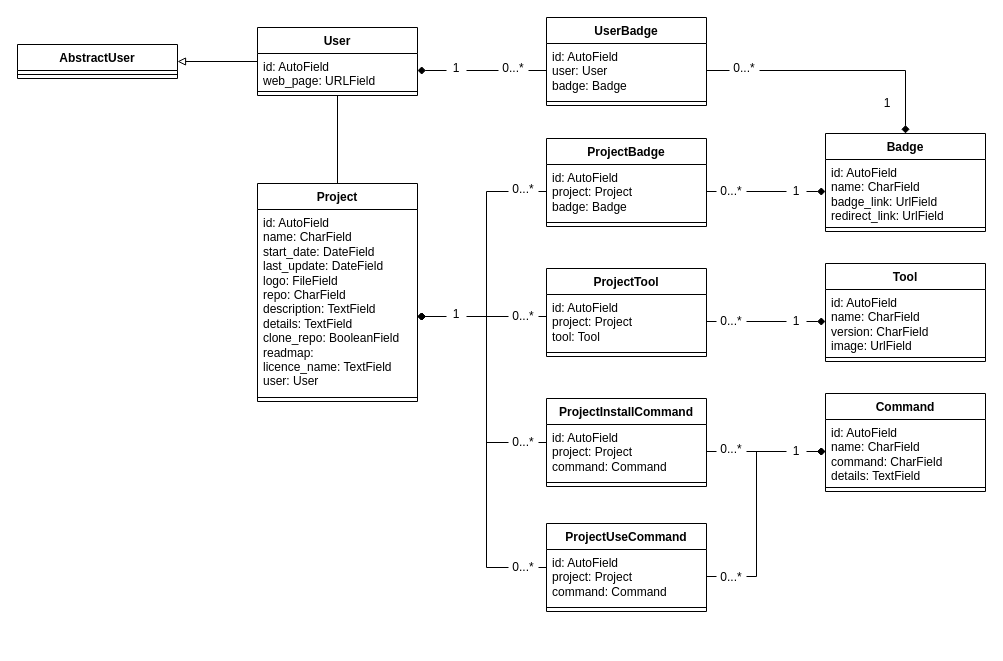
This is db_diagram.drawio from darideveloper/portfolio-backend, a draw.io file, before an edit. Source tidied: cells renumbered, new cells numbered last; positions are measured from the earlier drawing's top-left corner, leaving out a move shared by most shapes. Both pictures are drawn from the tidied source at 100%, with x=0, y=0 at pixel (17, 17).
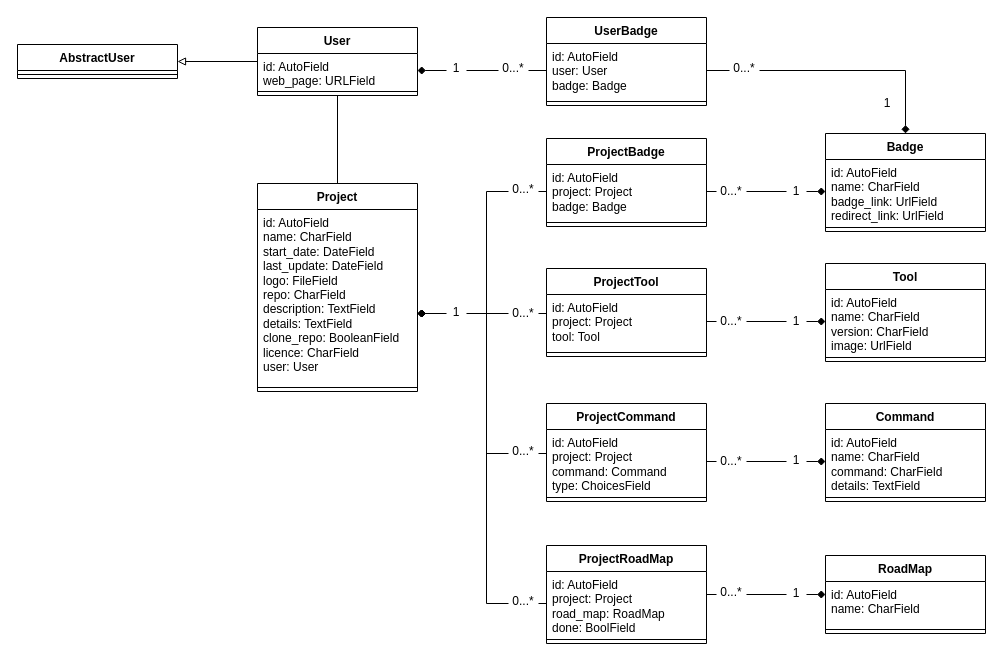
The same diagram, later.

Unchanged cells that the change refers to:
```xml
<mxCell id="13" value="id: AutoField&lt;br style=&quot;border-color: var(--border-color);&quot;&gt;name: CharField&lt;br&gt;command: CharField&amp;nbsp;&lt;br&gt;details: TextField" style="text;strokeColor=none;fillColor=none;align=left;verticalAlign=top;spacingLeft=4;spacingRight=4;overflow=hidden;points=[[0,0.5],[1,0.5]];portConstraint=eastwest;whiteSpace=wrap;html=1;" parent="12" vertex="1">
  <mxGeometry y="26" width="160" height="64" as="geometry" />
</mxCell>
<mxCell id="31" value="id: AutoField&lt;br style=&quot;border-color: var(--border-color);&quot;&gt;project: Project&lt;br&gt;badge: Badge" style="text;strokeColor=none;fillColor=none;align=left;verticalAlign=top;spacingLeft=4;spacingRight=4;overflow=hidden;points=[[0,0.5],[1,0.5]];portConstraint=eastwest;whiteSpace=wrap;html=1;" parent="30" vertex="1">
  <mxGeometry y="26" width="160" height="54" as="geometry" />
</mxCell>
<mxCell id="34" value="ProjectTool" style="swimlane;fontStyle=1;align=center;verticalAlign=top;horizontal=1;startSize=26;whiteSpace=wrap;html=1;" parent="1" vertex="1">
  <mxGeometry x="529" y="251" width="160" height="88" as="geometry" />
</mxCell>
```

Change to the diagram source:
```diff
@@
     <mxCell id="2" value="Project" style="swimlane;fontStyle=1;align=center;verticalAlign=top;horizontal=1;startSize=26;whiteSpace=wrap;html=1;" parent="1" vertex="1">
-      <mxGeometry x="240" y="166" width="160" height="218" as="geometry" />
+      <mxGeometry x="240" y="166" width="160" height="208" as="geometry" />
     </mxCell>
-    <mxCell id="3" value="id: AutoField&lt;br style=&quot;border-color: var(--border-color);&quot;&gt;name: CharField&lt;br&gt;start_date:&amp;nbsp;DateField&lt;br&gt;last_update:&amp;nbsp;DateField&lt;br&gt;logo: FileField&lt;br&gt;repo: CharField&lt;br&gt;description: TextField&lt;br&gt;details: TextField&lt;br&gt;clone_repo:&amp;nbsp;BooleanField&lt;br&gt;readmap:&amp;nbsp;&lt;br&gt;licence_name: TextField&lt;br&gt;user: User&lt;br&gt;" style="text;strokeColor=none;fillColor=none;align=left;verticalAlign=top;spacingLeft=4;spacingRight=4;overflow=hidden;points=[[0,0.5],[1,0.5]];portConstraint=eastwest;whiteSpace=wrap;html=1;" parent="2" vertex="1">
-      <mxGeometry y="26" width="160" height="184" as="geometry" />
+    <mxCell id="3" value="id: AutoField&lt;br style=&quot;border-color: var(--border-color);&quot;&gt;name: CharField&lt;br&gt;start_date:&amp;nbsp;DateField&lt;br&gt;last_update:&amp;nbsp;DateField&lt;br&gt;logo: FileField&lt;br&gt;repo: CharField&lt;br&gt;description: TextField&lt;br&gt;details: TextField&lt;br&gt;clone_repo:&amp;nbsp;BooleanField&lt;br&gt;licence:&amp;nbsp;CharField&lt;br&gt;user: User" style="text;strokeColor=none;fillColor=none;align=left;verticalAlign=top;spacingLeft=4;spacingRight=4;overflow=hidden;points=[[0,0.5],[1,0.5]];portConstraint=eastwest;whiteSpace=wrap;html=1;" parent="2" vertex="1">
+      <mxGeometry y="26" width="160" height="174" as="geometry" />
     </mxCell>
     <mxCell id="4" style="line;strokeWidth=1;fillColor=none;align=left;verticalAlign=middle;spacingTop=-1;spacingLeft=3;spacingRight=3;labelPosition=right;strokeColor=inherit;" parent="2" vertex="1">
-      <mxGeometry y="210" width="160" height="8" as="geometry" />
+      <mxGeometry y="200" width="160" height="8" as="geometry" />
     </mxCell>
@@
     <mxCell id="12" value="Command" style="swimlane;fontStyle=1;align=center;verticalAlign=top;horizontal=1;startSize=26;whiteSpace=wrap;html=1;" parent="1" vertex="1">
-      <mxGeometry x="808" y="376" width="160" height="98" as="geometry" />
+      <mxGeometry x="808" y="386" width="160" height="98" as="geometry" />
     </mxCell>
@@
     <mxCell id="33" style="edgeStyle=orthogonalEdgeStyle;rounded=0;jettySize=auto;html=1;startArrow=none;startFill=0;endArrow=diamond;endFill=1;" parent="1" edge="1" source="34" target="3">
       <mxGeometry relative="1" as="geometry">
         <Array as="points">
-          <mxPoint x="499" y="299" />
-          <mxPoint x="499" y="299" />
+          <mxPoint x="499" y="296" />
+          <mxPoint x="499" y="296" />
         </Array>
       </mxGeometry>
     </mxCell>
@@
     <mxCell id="37" style="edgeStyle=orthogonalEdgeStyle;rounded=0;jettySize=auto;html=1;startArrow=none;startFill=0;endArrow=diamond;endFill=1;" parent="1" edge="1" source="38" target="3">
       <mxGeometry relative="1" as="geometry">
         <Array as="points">
-          <mxPoint x="469" y="425" />
-          <mxPoint x="469" y="299" />
+          <mxPoint x="469" y="436" />
+          <mxPoint x="469" y="296" />
         </Array>
       </mxGeometry>
     </mxCell>
-    <mxCell id="38" value="ProjectInstallCommand" style="swimlane;fontStyle=1;align=center;verticalAlign=top;horizontal=1;startSize=26;whiteSpace=wrap;html=1;" parent="1" vertex="1">
-      <mxGeometry x="529" y="381" width="160" height="88" as="geometry" />
+    <mxCell id="38" value="ProjectCommand" style="swimlane;fontStyle=1;align=center;verticalAlign=top;horizontal=1;startSize=26;whiteSpace=wrap;html=1;" parent="1" vertex="1">
+      <mxGeometry x="529" y="386" width="160" height="98" as="geometry" />
     </mxCell>
-    <mxCell id="39" value="id: AutoField&lt;br style=&quot;border-color: var(--border-color);&quot;&gt;project: Project&lt;br&gt;command: Command" style="text;strokeColor=none;fillColor=none;align=left;verticalAlign=top;spacingLeft=4;spacingRight=4;overflow=hidden;points=[[0,0.5],[1,0.5]];portConstraint=eastwest;whiteSpace=wrap;html=1;" parent="38" vertex="1">
-      <mxGeometry y="26" width="160" height="54" as="geometry" />
+    <mxCell id="39" value="id: AutoField&lt;br style=&quot;border-color: var(--border-color);&quot;&gt;project: Project&lt;br&gt;command: Command&lt;br&gt;type: ChoicesField" style="text;strokeColor=none;fillColor=none;align=left;verticalAlign=top;spacingLeft=4;spacingRight=4;overflow=hidden;points=[[0,0.5],[1,0.5]];portConstraint=eastwest;whiteSpace=wrap;html=1;" parent="38" vertex="1">
+      <mxGeometry y="26" width="160" height="64" as="geometry" />
     </mxCell>
     <mxCell id="40" style="line;strokeWidth=1;fillColor=none;align=left;verticalAlign=middle;spacingTop=-1;spacingLeft=3;spacingRight=3;labelPosition=right;strokeColor=inherit;" parent="38" vertex="1">
-      <mxGeometry y="80" width="160" height="8" as="geometry" />
+      <mxGeometry y="90" width="160" height="8" as="geometry" />
     </mxCell>
-    <mxCell id="41" style="edgeStyle=orthogonalEdgeStyle;rounded=0;jettySize=auto;html=1;endArrow=diamond;endFill=1;" parent="1" edge="1" source="42" target="3">
-      <mxGeometry relative="1" as="geometry">
-        <Array as="points">
-          <mxPoint x="469" y="550" />
-          <mxPoint x="469" y="299" />
-        </Array>
-      </mxGeometry>
-    </mxCell>
-    <mxCell id="42" value="ProjectUseCommand" style="swimlane;fontStyle=1;align=center;verticalAlign=top;horizontal=1;startSize=26;whiteSpace=wrap;html=1;" parent="1" vertex="1">
-      <mxGeometry x="529" y="506" width="160" height="88" as="geometry" />
-    </mxCell>
-    <mxCell id="43" value="id: AutoField&lt;br style=&quot;border-color: var(--border-color);&quot;&gt;project: Project&lt;br&gt;command: Command" style="text;strokeColor=none;fillColor=none;align=left;verticalAlign=top;spacingLeft=4;spacingRight=4;overflow=hidden;points=[[0,0.5],[1,0.5]];portConstraint=eastwest;whiteSpace=wrap;html=1;" parent="42" vertex="1">
-      <mxGeometry y="26" width="160" height="54" as="geometry" />
-    </mxCell>
-    <mxCell id="44" style="line;strokeWidth=1;fillColor=none;align=left;verticalAlign=middle;spacingTop=-1;spacingLeft=3;spacingRight=3;labelPosition=right;strokeColor=inherit;" parent="42" vertex="1">
-      <mxGeometry y="80" width="160" height="8" as="geometry" />
-    </mxCell>
     <mxCell id="45" style="edgeStyle=orthogonalEdgeStyle;rounded=0;jettySize=auto;html=1;startArrow=none;startFill=0;endArrow=diamond;endFill=1;" parent="1" edge="1" source="31" target="3">
       <mxGeometry relative="1" as="geometry">
         <Array as="points">
           <mxPoint x="469" y="174" />
-          <mxPoint x="469" y="299" />
+          <mxPoint x="469" y="296" />
         </Array>
       </mxGeometry>
     </mxCell>
-    <mxCell id="46" value="1" style="text;html=1;align=center;verticalAlign=middle;whiteSpace=wrap;rounded=0;fillColor=default;" parent="1" vertex="1">
-      <mxGeometry x="429" y="282" width="20" height="30" as="geometry" />
-    </mxCell>
@@
     <mxCell id="48" value="0...*" style="text;html=1;align=center;verticalAlign=middle;whiteSpace=wrap;rounded=0;fillColor=default;" parent="1" vertex="1">
-      <mxGeometry x="491" y="284" width="30" height="29" as="geometry" />
+      <mxGeometry x="491" y="281" width="30" height="29" as="geometry" />
     </mxCell>
     <mxCell id="49" value="0...*" style="text;html=1;align=center;verticalAlign=middle;whiteSpace=wrap;rounded=0;fillColor=default;" parent="1" vertex="1">
-      <mxGeometry x="491" y="410" width="30" height="29" as="geometry" />
+      <mxGeometry x="491" y="419" width="30" height="29" as="geometry" />
     </mxCell>
-    <mxCell id="50" value="0...*" style="text;html=1;align=center;verticalAlign=middle;whiteSpace=wrap;rounded=0;fillColor=default;" parent="1" vertex="1">
-      <mxGeometry x="491" y="535" width="30" height="29" as="geometry" />
-    </mxCell>
@@
-    <mxCell id="52" style="edgeStyle=orthogonalEdgeStyle;rounded=0;jettySize=auto;html=1;endArrow=diamond;endFill=1;" parent="1" edge="1" source="43" target="13">
-      <mxGeometry relative="1" as="geometry">
-        <Array as="points">
-          <mxPoint x="739" y="559" />
-          <mxPoint x="739" y="434" />
-        </Array>
-      </mxGeometry>
-    </mxCell>
@@
     <mxCell id="58" value="0...*" style="text;html=1;align=center;verticalAlign=middle;whiteSpace=wrap;rounded=0;fillColor=default;" parent="1" vertex="1">
-      <mxGeometry x="699" y="417" width="30" height="30" as="geometry" />
+      <mxGeometry x="699" y="429" width="30" height="30" as="geometry" />
     </mxCell>
-    <mxCell id="59" value="0...*" style="text;html=1;align=center;verticalAlign=middle;whiteSpace=wrap;rounded=0;fillColor=default;" parent="1" vertex="1">
-      <mxGeometry x="699" y="545" width="30" height="30" as="geometry" />
-    </mxCell>
@@
     <mxCell id="61" value="1" style="text;html=1;align=center;verticalAlign=middle;whiteSpace=wrap;rounded=0;fillColor=default;" parent="1" vertex="1">
-      <mxGeometry x="769" y="419" width="20" height="30" as="geometry" />
+      <mxGeometry x="769" y="428" width="20" height="30" as="geometry" />
     </mxCell>
+    <mxCell id="62" style="edgeStyle=orthogonalEdgeStyle;rounded=0;jettySize=auto;html=1;endArrow=diamond;endFill=1;" parent="1" edge="1" source="64" target="3">
+      <mxGeometry relative="1" as="geometry">
+        <Array as="points">
+          <mxPoint x="469" y="586" />
+          <mxPoint x="469" y="296" />
+        </Array>
+      </mxGeometry>
+    </mxCell>
+    <mxCell id="63" style="edgeStyle=orthogonalEdgeStyle;rounded=0;jettySize=auto;html=1;endArrow=diamond;endFill=1;" parent="1" edge="1" source="64" target="67">
+      <mxGeometry relative="1" as="geometry" />
+    </mxCell>
+    <mxCell id="64" value="ProjectRoadMap" style="swimlane;fontStyle=1;align=center;verticalAlign=top;horizontal=1;startSize=26;whiteSpace=wrap;html=1;" parent="1" vertex="1">
+      <mxGeometry x="529" y="528" width="160" height="98" as="geometry" />
+    </mxCell>
+    <mxCell id="65" value="id: AutoField&lt;br style=&quot;border-color: var(--border-color);&quot;&gt;project: Project&lt;br&gt;road_map: RoadMap&lt;br&gt;done: BoolField&amp;nbsp;" style="text;strokeColor=none;fillColor=none;align=left;verticalAlign=top;spacingLeft=4;spacingRight=4;overflow=hidden;whiteSpace=wrap;html=1;" parent="64" vertex="1">
+      <mxGeometry y="26" width="160" height="64" as="geometry" />
+    </mxCell>
+    <mxCell id="66" style="line;strokeWidth=1;fillColor=none;align=left;verticalAlign=middle;spacingTop=-1;spacingLeft=3;spacingRight=3;labelPosition=right;strokeColor=inherit;" parent="64" vertex="1">
+      <mxGeometry y="90" width="160" height="8" as="geometry" />
+    </mxCell>
+    <mxCell id="67" value="RoadMap" style="swimlane;fontStyle=1;align=center;verticalAlign=top;horizontal=1;startSize=26;whiteSpace=wrap;html=1;" parent="1" vertex="1">
+      <mxGeometry x="808" y="538" width="160" height="78" as="geometry" />
+    </mxCell>
+    <mxCell id="68" value="id: AutoField&lt;br style=&quot;border-color: var(--border-color);&quot;&gt;name: CharField&lt;br&gt;&amp;nbsp;" style="text;strokeColor=none;fillColor=none;align=left;verticalAlign=top;spacingLeft=4;spacingRight=4;overflow=hidden;whiteSpace=wrap;html=1;" parent="67" vertex="1">
+      <mxGeometry y="26" width="160" height="44" as="geometry" />
+    </mxCell>
+    <mxCell id="69" style="line;strokeWidth=1;fillColor=none;align=left;verticalAlign=middle;spacingTop=-1;spacingLeft=3;spacingRight=3;labelPosition=right;strokeColor=inherit;" parent="67" vertex="1">
+      <mxGeometry y="70" width="160" height="8" as="geometry" />
+    </mxCell>
+    <mxCell id="46" value="1" style="text;html=1;align=center;verticalAlign=middle;whiteSpace=wrap;rounded=0;fillColor=default;" parent="1" vertex="1">
+      <mxGeometry x="429" y="280" width="20" height="30" as="geometry" />
+    </mxCell>
+    <mxCell id="70" value="0...*" style="text;html=1;align=center;verticalAlign=middle;whiteSpace=wrap;rounded=0;fillColor=default;" parent="1" vertex="1">
+      <mxGeometry x="491" y="569" width="30" height="29" as="geometry" />
+    </mxCell>
+    <mxCell id="71" value="0...*" style="text;html=1;align=center;verticalAlign=middle;whiteSpace=wrap;rounded=0;fillColor=default;" parent="1" vertex="1">
+      <mxGeometry x="699" y="560" width="30" height="30" as="geometry" />
+    </mxCell>
+    <mxCell id="72" value="1" style="text;html=1;align=center;verticalAlign=middle;whiteSpace=wrap;rounded=0;fillColor=default;" parent="1" vertex="1">
+      <mxGeometry x="769" y="561" width="20" height="30" as="geometry" />
+    </mxCell>
```
